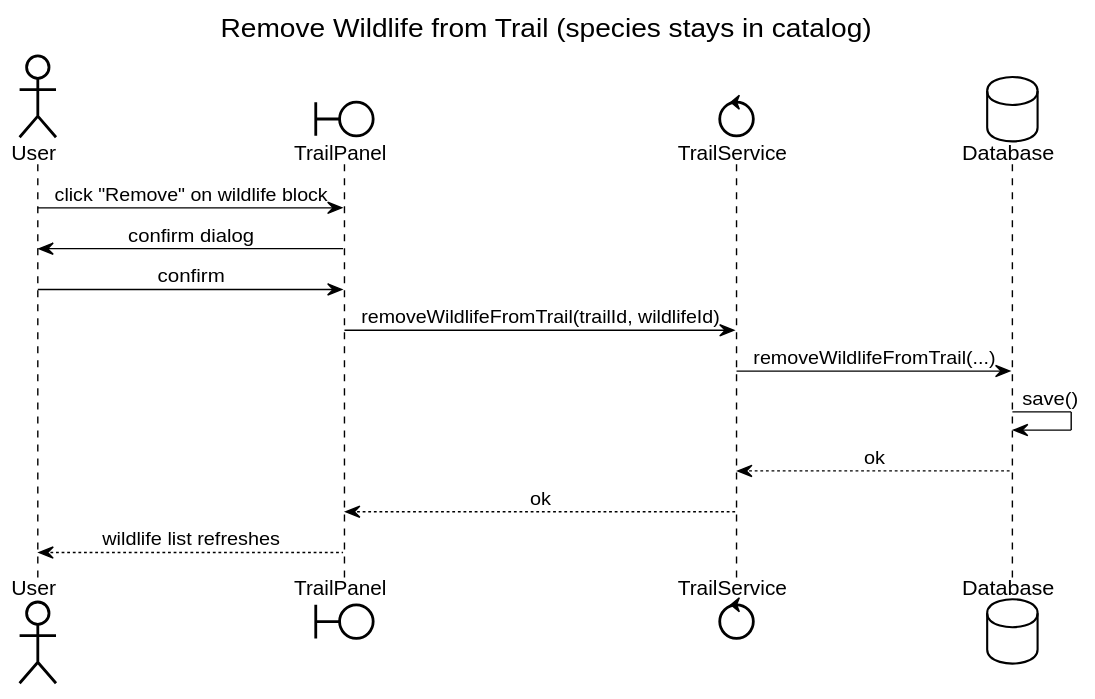
Before: uml-diagrams/svg/sequence/removeWildlifeFromTrail.svg, a diagram exported from PlantUML (milelime/Wildlife-Explorer). Source of this version:
```plantuml
@startuml

skinparam BackgroundColor white
skinparam shadowing false
skinparam defaultFontName SansSerif
skinparam ArrowColor black
skinparam ArrowThickness 1

skinparam classAttributeIconSize 0
skinparam class {
  BackgroundColor white
  BorderColor black
  FontColor black
}
skinparam package {
  BackgroundColor white
  BorderColor black
  FontColor black
}
skinparam stereotype {
  BackgroundColor white
  FontColor black
}

skinparam sequenceMessageAlign center
skinparam LifeLineBorderColor black
skinparam LifeLineBackgroundColor white
skinparam sequence {
  ArrowColor black
  LifeLineBorderColor black
}
skinparam participant {
  BackgroundColor white
  BorderColor black
  FontColor black
}
skinparam actor {
  BackgroundColor white
  BorderColor black
  FontColor black
}
skinparam boundary {
  BackgroundColor white
  BorderColor black
  FontColor black
}
skinparam control {
  BackgroundColor white
  BorderColor black
  FontColor black
}
skinparam database {
  BackgroundColor white
  BorderColor black
  FontColor black
}
skinparam entity {
  BackgroundColor white
  BorderColor black
  FontColor black
}
skinparam collections {
  BackgroundColor white
  BorderColor black
  FontColor black
}
skinparam note {
  BackgroundColor white
  BorderColor black
  FontColor black
}

title Remove Wildlife from Trail (species stays in catalog)

actor User
boundary TrailPanel
control TrailService
database Database

User -> TrailPanel : click "Remove" on wildlife block

TrailPanel -> User : confirm dialog

User -> TrailPanel : confirm

TrailPanel -> TrailService : removeWildlifeFromTrail(trailId, wildlifeId)
TrailService -> Database : removeWildlifeFromTrail(...)
Database -> Database : save()
Database --> TrailService : ok
TrailService --> TrailPanel : ok

TrailPanel --> User : wildlife list refreshes

@enduml
```
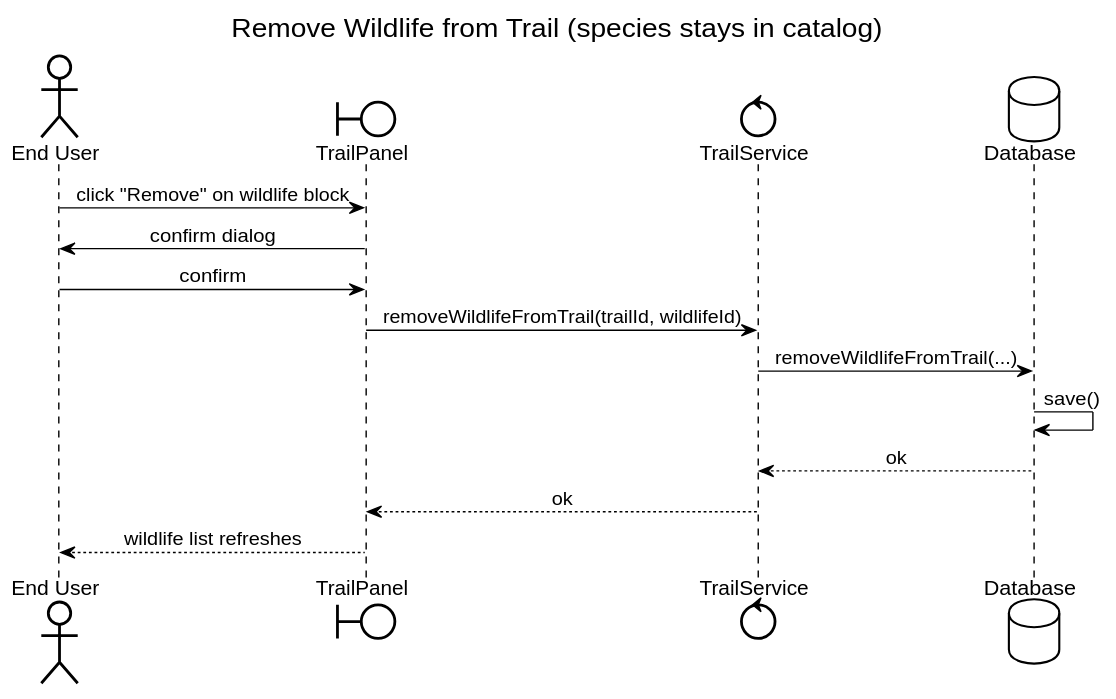
After the commit.

What changed in the source:
```diff
@@ -72,16 +72,16 @@
 
 title Remove Wildlife from Trail (species stays in catalog)
 
-actor User
+actor "End User" as EU
 boundary TrailPanel
 control TrailService
 database Database
 
-User -> TrailPanel : click "Remove" on wildlife block
+EU -> TrailPanel : click "Remove" on wildlife block
 
-TrailPanel -> User : confirm dialog
+TrailPanel -> EU : confirm dialog
 
-User -> TrailPanel : confirm
+EU -> TrailPanel : confirm
 
 TrailPanel -> TrailService : removeWildlifeFromTrail(trailId, wildlifeId)
 TrailService -> Database : removeWildlifeFromTrail(...)
@@ -89,6 +89,6 @@
 Database --> TrailService : ok
 TrailService --> TrailPanel : ok
 
-TrailPanel --> User : wildlife list refreshes
+TrailPanel --> EU : wildlife list refreshes
 
 @enduml
```
